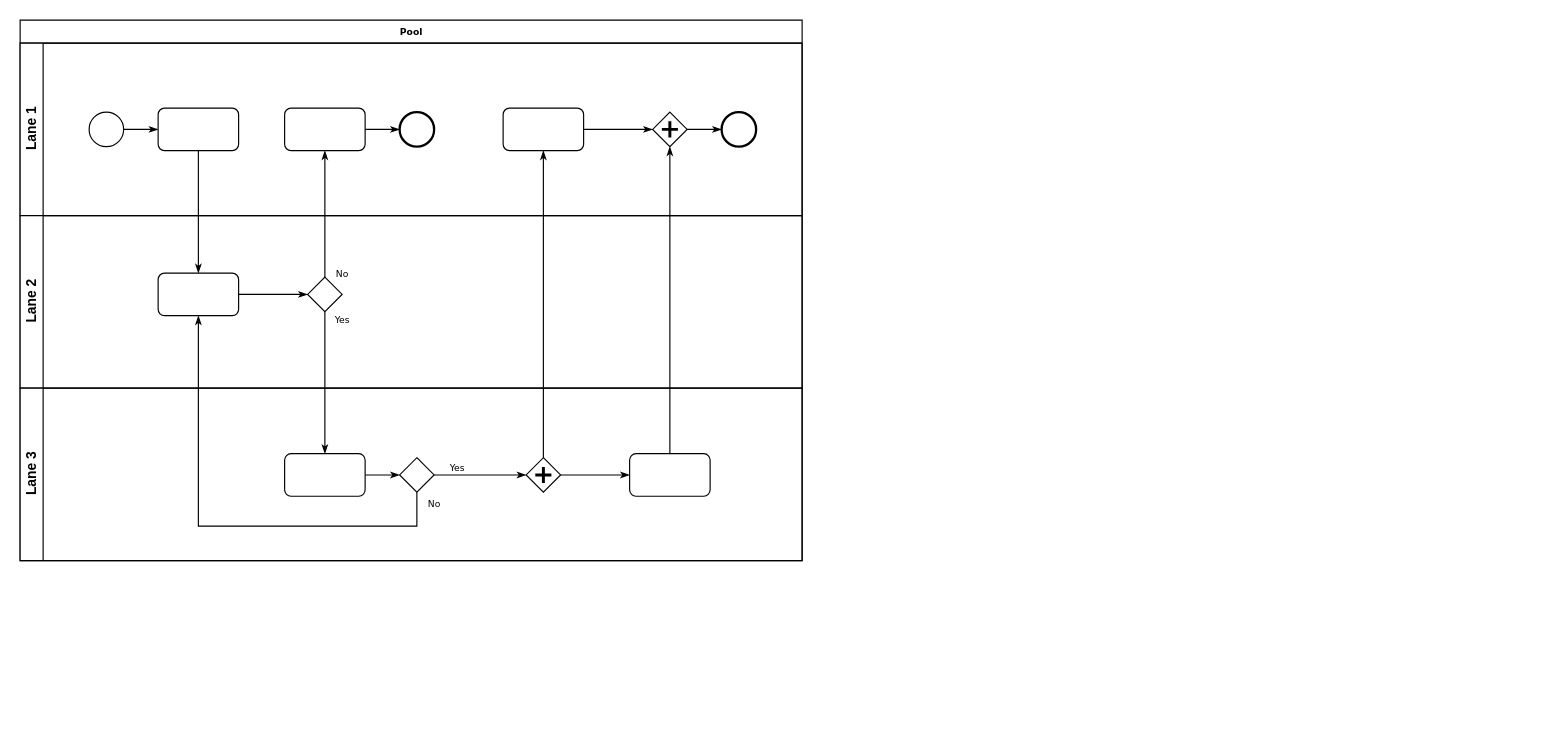
This is week1/Cross Functional Flow Diagram Shop.drawio from Darren-ODonnell/BusinessModellingDiagrams, a draw.io file, before an edit. Source tidied: cells renumbered, new cells numbered last; positions are measured from the earlier drawing's top-left corner, leaving out a move shared by most shapes. Both pictures are drawn from the tidied source at 115%, with x=0, y=0 at pixel (20, 20).
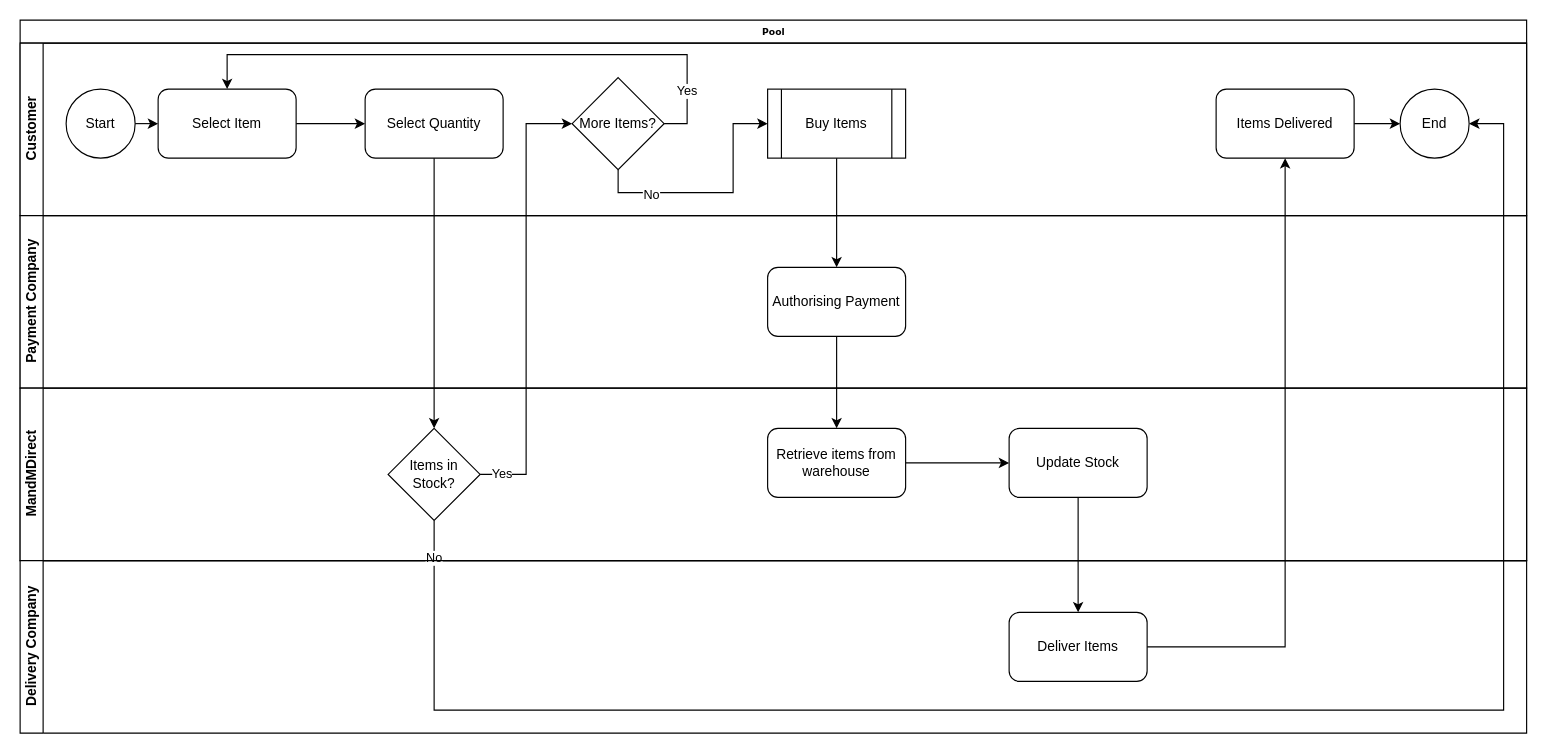
Above is the later version.

Diff of the diagram source:
```diff
@@
     <mxCell id="2" value="Pool" style="swimlane;html=1;horizontal=1;startSize=20;rounded=0;shadow=0;labelBackgroundColor=none;strokeWidth=1;fontFamily=Verdana;fontSize=8;align=center;" parent="1" vertex="1">
-      <mxGeometry width="680" height="470" as="geometry" />
+      <mxGeometry width="1310" height="470" as="geometry" />
     </mxCell>
-    <mxCell id="3" value="Lane 1" style="swimlane;html=1;startSize=20;horizontal=0;" parent="2" vertex="1">
-      <mxGeometry y="20" width="680" height="150" as="geometry" />
+    <mxCell id="3" value="Customer" style="swimlane;html=1;startSize=20;horizontal=0;" parent="2" vertex="1">
+      <mxGeometry y="20" width="1310" height="150" as="geometry" />
     </mxCell>
-    <mxCell id="4" style="edgeStyle=orthogonalEdgeStyle;rounded=0;html=1;labelBackgroundColor=none;startArrow=none;startFill=0;startSize=5;endArrow=classicThin;endFill=1;endSize=5;jettySize=auto;strokeWidth=1;fontFamily=Verdana;fontSize=8;" parent="3" edge="1" source="5" target="6">
-      <mxGeometry relative="1" as="geometry" />
-    </mxCell>
-    <mxCell id="5" style="ellipse;whiteSpace=wrap;html=1;rounded=0;shadow=0;labelBackgroundColor=none;strokeWidth=1;fontFamily=Verdana;fontSize=8;align=center;" parent="3" vertex="1">
-      <mxGeometry x="60" y="60" width="30" height="30" as="geometry" />
-    </mxCell>
-    <mxCell id="6" style="rounded=1;whiteSpace=wrap;html=1;shadow=0;labelBackgroundColor=none;strokeWidth=1;fontFamily=Verdana;fontSize=8;align=center;" parent="3" vertex="1">
-      <mxGeometry x="120" y="56.5" width="70" height="37" as="geometry" />
-    </mxCell>
-    <mxCell id="7" style="edgeStyle=orthogonalEdgeStyle;rounded=0;html=1;labelBackgroundColor=none;startArrow=none;startFill=0;startSize=5;endArrow=classicThin;endFill=1;endSize=5;jettySize=auto;strokeWidth=1;fontFamily=Verdana;fontSize=8;" parent="3" edge="1" source="8" target="9">
-      <mxGeometry relative="1" as="geometry" />
-    </mxCell>
-    <mxCell id="8" style="rounded=1;whiteSpace=wrap;html=1;shadow=0;labelBackgroundColor=none;strokeWidth=1;fontFamily=Verdana;fontSize=8;align=center;" parent="3" vertex="1">
-      <mxGeometry x="230" y="56.5" width="70" height="37" as="geometry" />
-    </mxCell>
-    <mxCell id="9" style="ellipse;whiteSpace=wrap;html=1;rounded=0;shadow=0;labelBackgroundColor=none;strokeWidth=2;fontFamily=Verdana;fontSize=8;align=center;" parent="3" vertex="1">
-      <mxGeometry x="330" y="60" width="30" height="30" as="geometry" />
-    </mxCell>
-    <mxCell id="10" style="edgeStyle=orthogonalEdgeStyle;rounded=0;html=1;entryX=0;entryY=0.5;labelBackgroundColor=none;startArrow=none;startFill=0;startSize=5;endArrow=classicThin;endFill=1;endSize=5;jettySize=auto;strokeWidth=1;fontFamily=Verdana;fontSize=8;" parent="3" edge="1" source="11" target="13">
-      <mxGeometry relative="1" as="geometry" />
-    </mxCell>
-    <mxCell id="11" style="rounded=1;whiteSpace=wrap;html=1;shadow=0;labelBackgroundColor=none;strokeWidth=1;fontFamily=Verdana;fontSize=8;align=center;" parent="3" vertex="1">
-      <mxGeometry x="420" y="56.5" width="70" height="37" as="geometry" />
-    </mxCell>
-    <mxCell id="12" style="edgeStyle=orthogonalEdgeStyle;rounded=0;html=1;labelBackgroundColor=none;startArrow=none;startFill=0;startSize=5;endArrow=classicThin;endFill=1;endSize=5;jettySize=auto;strokeWidth=1;fontFamily=Verdana;fontSize=8;" parent="3" edge="1" source="13" target="14">
-      <mxGeometry relative="1" as="geometry" />
-    </mxCell>
-    <mxCell id="13" style="shape=mxgraph.bpmn.shape;html=1;verticalLabelPosition=bottom;labelBackgroundColor=#ffffff;verticalAlign=top;perimeter=rhombusPerimeter;background=gateway;outline=none;symbol=parallelGw;rounded=1;shadow=0;strokeWidth=1;fontFamily=Verdana;fontSize=8;align=center;" parent="3" vertex="1">
-      <mxGeometry x="550" y="60" width="30" height="30" as="geometry" />
-    </mxCell>
-    <mxCell id="14" style="ellipse;whiteSpace=wrap;html=1;rounded=0;shadow=0;labelBackgroundColor=none;strokeWidth=2;fontFamily=Verdana;fontSize=8;align=center;" parent="3" vertex="1">
-      <mxGeometry x="610" y="60" width="30" height="30" as="geometry" />
-    </mxCell>
+    <mxCell id="33" style="edgeStyle=none;rounded=0;jettySize=auto;html=1;exitX=1;exitY=0.5;exitDx=0;exitDy=0;entryX=0;entryY=0.5;entryDx=0;entryDy=0;" parent="3" edge="1" source="34" target="38">
+      <mxGeometry relative="1" as="geometry" />
+    </mxCell>
+    <mxCell id="34" value="Start" style="ellipse;whiteSpace=wrap;html=1;" parent="3" vertex="1">
+      <mxGeometry x="40" y="40" width="60" height="60" as="geometry" />
+    </mxCell>
+    <mxCell id="35" value="End" style="ellipse;whiteSpace=wrap;html=1;" parent="3" vertex="1">
+      <mxGeometry x="1200" y="40" width="60" height="60" as="geometry" />
+    </mxCell>
+    <mxCell id="36" value="Buy Items" style="shape=process;whiteSpace=wrap;html=1;backgroundOutline=1;" parent="3" vertex="1">
+      <mxGeometry x="650" y="40" width="120" height="60" as="geometry" />
+    </mxCell>
+    <mxCell id="37" style="edgeStyle=none;rounded=0;jettySize=auto;html=1;exitX=1;exitY=0.5;exitDx=0;exitDy=0;" parent="3" edge="1" source="38" target="39">
+      <mxGeometry relative="1" as="geometry" />
+    </mxCell>
+    <mxCell id="38" value="Select Item" style="rounded=1;whiteSpace=wrap;html=1;" parent="3" vertex="1">
+      <mxGeometry x="120" y="40" width="120" height="60" as="geometry" />
+    </mxCell>
+    <mxCell id="39" value="Select Quantity" style="rounded=1;whiteSpace=wrap;html=1;" parent="3" vertex="1">
+      <mxGeometry x="300" y="40" width="120" height="60" as="geometry" />
+    </mxCell>
+    <mxCell id="40" style="edgeStyle=none;rounded=0;jettySize=auto;html=1;exitX=1;exitY=0.5;exitDx=0;exitDy=0;entryX=0;entryY=0.5;entryDx=0;entryDy=0;" parent="3" edge="1" source="41" target="35">
+      <mxGeometry relative="1" as="geometry" />
+    </mxCell>
+    <mxCell id="41" value="Items Delivered" style="rounded=1;whiteSpace=wrap;html=1;" parent="3" vertex="1">
+      <mxGeometry x="1040" y="40" width="120" height="60" as="geometry" />
+    </mxCell>
+    <mxCell id="42" value="Yes" style="edgeStyle=none;rounded=0;jettySize=auto;html=1;exitX=1;exitY=0.5;exitDx=0;exitDy=0;entryX=0.5;entryY=0;entryDx=0;entryDy=0;" parent="3" edge="1" source="44" target="38">
+      <mxGeometry x="-0.81" relative="1" as="geometry">
+        <Array as="points">
+          <mxPoint x="580" y="70" />
+          <mxPoint x="580" y="10" />
+          <mxPoint x="180" y="10" />
+        </Array>
+      </mxGeometry>
+    </mxCell>
+    <mxCell id="43" value="No" style="edgeStyle=none;rounded=0;jettySize=auto;html=1;exitX=0.5;exitY=1;exitDx=0;exitDy=0;entryX=0;entryY=0.5;entryDx=0;entryDy=0;" parent="3" edge="1" source="44" target="36">
+      <mxGeometry x="-0.53" y="-2" relative="1" as="geometry">
+        <Array as="points">
+          <mxPoint x="520" y="130" />
+          <mxPoint x="620" y="130" />
+          <mxPoint x="620" y="70" />
+        </Array>
+      </mxGeometry>
+    </mxCell>
+    <mxCell id="44" value="More Items?" style="rhombus;whiteSpace=wrap;html=1;" parent="3" vertex="1">
+      <mxGeometry x="480" y="30" width="80" height="80" as="geometry" />
+    </mxCell>
+    <mxCell id="19" value="Payment Company" style="swimlane;html=1;startSize=20;horizontal=0;" parent="2" vertex="1">
+      <mxGeometry y="170" width="1310" height="150" as="geometry" />
+    </mxCell>
+    <mxCell id="45" value="Authorising Payment" style="rounded=1;whiteSpace=wrap;html=1;" parent="19" vertex="1">
+      <mxGeometry x="650" y="45" width="120" height="60" as="geometry" />
+    </mxCell>
-    <mxCell id="15" value="Lane 2" style="swimlane;html=1;startSize=20;horizontal=0;" parent="2" vertex="1">
-      <mxGeometry y="170" width="680" height="150" as="geometry" />
+    <mxCell id="15" value="MandMDirect" style="swimlane;html=1;startSize=20;horizontal=0;" parent="2" vertex="1">
+      <mxGeometry y="320" width="1310" height="150" as="geometry" />
     </mxCell>
-    <mxCell id="16" style="edgeStyle=orthogonalEdgeStyle;rounded=0;html=1;labelBackgroundColor=none;startArrow=none;startFill=0;startSize=5;endArrow=classicThin;endFill=1;endSize=5;jettySize=auto;strokeWidth=1;fontFamily=Verdana;fontSize=8;" parent="15" edge="1" source="17" target="18">
-      <mxGeometry relative="1" as="geometry" />
-    </mxCell>
-    <mxCell id="17" style="rounded=1;whiteSpace=wrap;html=1;shadow=0;labelBackgroundColor=none;strokeWidth=1;fontFamily=Verdana;fontSize=8;align=center;" parent="15" vertex="1">
-      <mxGeometry x="120" y="50" width="70" height="37" as="geometry" />
-    </mxCell>
-    <mxCell id="18" style="strokeWidth=1;html=1;shape=mxgraph.flowchart.decision;whiteSpace=wrap;rounded=1;shadow=0;labelBackgroundColor=none;fontFamily=Verdana;fontSize=8;align=center;" parent="15" vertex="1">
-      <mxGeometry x="250" y="53.5" width="30" height="30" as="geometry" />
-    </mxCell>
-    <mxCell id="19" value="Lane 3" style="swimlane;html=1;startSize=20;horizontal=0;" parent="2" vertex="1">
-      <mxGeometry y="320" width="680" height="150" as="geometry" />
-    </mxCell>
-    <mxCell id="20" style="edgeStyle=orthogonalEdgeStyle;rounded=0;html=1;labelBackgroundColor=none;startArrow=none;startFill=0;startSize=5;endArrow=classicThin;endFill=1;endSize=5;jettySize=auto;strokeWidth=1;fontFamily=Verdana;fontSize=8;" parent="19" edge="1" source="21" target="23">
-      <mxGeometry relative="1" as="geometry" />
-    </mxCell>
-    <mxCell id="21" style="rounded=1;whiteSpace=wrap;html=1;shadow=0;labelBackgroundColor=none;strokeWidth=1;fontFamily=Verdana;fontSize=8;align=center;" parent="19" vertex="1">
-      <mxGeometry x="230" y="57" width="70" height="37" as="geometry" />
-    </mxCell>
-    <mxCell id="22" value="Yes" style="edgeStyle=orthogonalEdgeStyle;rounded=0;html=1;entryX=0;entryY=0.5;labelBackgroundColor=none;startArrow=none;startFill=0;startSize=5;endArrow=classicThin;endFill=1;endSize=5;jettySize=auto;strokeWidth=1;fontFamily=Verdana;fontSize=8;" parent="19" edge="1" source="23" target="25">
-      <mxGeometry x="-0.5" y="6" relative="1" as="geometry" />
-    </mxCell>
-    <mxCell id="23" style="strokeWidth=1;html=1;shape=mxgraph.flowchart.decision;whiteSpace=wrap;rounded=1;shadow=0;labelBackgroundColor=none;fontFamily=Verdana;fontSize=8;align=center;" parent="19" vertex="1">
-      <mxGeometry x="330" y="60.5" width="30" height="30" as="geometry" />
-    </mxCell>
-    <mxCell id="24" style="edgeStyle=orthogonalEdgeStyle;rounded=0;html=1;labelBackgroundColor=none;startArrow=none;startFill=0;startSize=5;endArrow=classicThin;endFill=1;endSize=5;jettySize=auto;strokeColor=#000000;strokeWidth=1;fontFamily=Verdana;fontSize=8;fontColor=#000000;" parent="19" edge="1" source="25" target="26">
-      <mxGeometry relative="1" as="geometry" />
-    </mxCell>
-    <mxCell id="25" style="shape=mxgraph.bpmn.shape;html=1;verticalLabelPosition=bottom;labelBackgroundColor=#ffffff;verticalAlign=top;perimeter=rhombusPerimeter;background=gateway;outline=none;symbol=parallelGw;rounded=1;shadow=0;strokeWidth=1;fontFamily=Verdana;fontSize=8;align=center;" parent="19" vertex="1">
-      <mxGeometry x="440" y="60.5" width="30" height="30" as="geometry" />
-    </mxCell>
-    <mxCell id="26" style="rounded=1;whiteSpace=wrap;html=1;shadow=0;labelBackgroundColor=none;strokeWidth=1;fontFamily=Verdana;fontSize=8;align=center;" parent="19" vertex="1">
-      <mxGeometry x="530" y="57" width="70" height="37" as="geometry" />
-    </mxCell>
-    <mxCell id="27" style="edgeStyle=orthogonalEdgeStyle;rounded=0;html=1;labelBackgroundColor=none;startArrow=none;startFill=0;startSize=5;endArrow=classicThin;endFill=1;endSize=5;jettySize=auto;strokeWidth=1;fontFamily=Verdana;fontSize=8;" parent="2" edge="1" source="6" target="17">
-      <mxGeometry relative="1" as="geometry" />
-    </mxCell>
-    <mxCell id="28" value="No" style="edgeStyle=orthogonalEdgeStyle;rounded=0;html=1;labelBackgroundColor=none;startArrow=none;startFill=0;startSize=5;endArrow=classicThin;endFill=1;endSize=5;jettySize=auto;strokeWidth=1;fontFamily=Verdana;fontSize=8;" parent="2" edge="1" source="18" target="8">
-      <mxGeometry x="-0.94" y="-15" relative="1" as="geometry" />
-    </mxCell>
-    <mxCell id="29" value="Yes" style="edgeStyle=orthogonalEdgeStyle;rounded=0;html=1;labelBackgroundColor=none;startArrow=none;startFill=0;startSize=5;endArrow=classicThin;endFill=1;endSize=5;jettySize=auto;strokeWidth=1;fontFamily=Verdana;fontSize=8;" parent="2" edge="1" source="18" target="21">
-      <mxGeometry x="-0.89" y="15" relative="1" as="geometry" />
-    </mxCell>
-    <mxCell id="30" style="edgeStyle=orthogonalEdgeStyle;rounded=0;html=1;entryX=0.5;entryY=1;labelBackgroundColor=none;startArrow=none;startFill=0;startSize=5;endArrow=classicThin;endFill=1;endSize=5;jettySize=auto;strokeWidth=1;fontFamily=Verdana;fontSize=8;" parent="2" edge="1" source="26" target="13">
-      <mxGeometry relative="1" as="geometry" />
-    </mxCell>
-    <mxCell id="31" value="No" style="edgeStyle=orthogonalEdgeStyle;rounded=0;html=1;labelBackgroundColor=none;startArrow=none;startFill=0;startSize=5;endArrow=classicThin;endFill=1;endSize=5;jettySize=auto;strokeWidth=1;fontFamily=Verdana;fontSize=8;" parent="2" edge="1" source="23" target="17">
-      <mxGeometry x="-0.95" y="15" relative="1" as="geometry">
-        <Array as="points">
-          <mxPoint x="345" y="440" />
-          <mxPoint x="155" y="440" />
-        </Array>
-      </mxGeometry>
-    </mxCell>
-    <mxCell id="32" style="edgeStyle=orthogonalEdgeStyle;rounded=0;html=1;labelBackgroundColor=none;startArrow=none;startFill=0;startSize=5;endArrow=classicThin;endFill=1;endSize=5;jettySize=auto;strokeWidth=1;fontFamily=Verdana;fontSize=8;" parent="2" edge="1" source="25" target="11">
-      <mxGeometry relative="1" as="geometry" />
-    </mxCell>
+    <mxCell id="46" style="edgeStyle=none;rounded=0;jettySize=auto;html=1;exitX=1;exitY=0.5;exitDx=0;exitDy=0;entryX=0;entryY=0.5;entryDx=0;entryDy=0;" parent="15" edge="1" source="47" target="48">
+      <mxGeometry relative="1" as="geometry" />
+    </mxCell>
+    <mxCell id="47" value="Retrieve items from warehouse" style="rounded=1;whiteSpace=wrap;html=1;" parent="15" vertex="1">
+      <mxGeometry x="650" y="35" width="120" height="60" as="geometry" />
+    </mxCell>
+    <mxCell id="48" value="Update Stock" style="rounded=1;whiteSpace=wrap;html=1;" parent="15" vertex="1">
+      <mxGeometry x="860" y="35" width="120" height="60" as="geometry" />
+    </mxCell>
+    <mxCell id="49" value="Items in Stock?" style="rhombus;whiteSpace=wrap;html=1;" parent="15" vertex="1">
+      <mxGeometry x="320" y="35" width="80" height="80" as="geometry" />
+    </mxCell>
+    <mxCell id="50" style="edgeStyle=none;rounded=0;jettySize=auto;html=1;exitX=0.5;exitY=1;exitDx=0;exitDy=0;entryX=0.5;entryY=0;entryDx=0;entryDy=0;" parent="2" edge="1" source="45" target="47">
+      <mxGeometry relative="1" as="geometry" />
+    </mxCell>
+    <mxCell id="51" value="No" style="edgeStyle=none;rounded=0;jettySize=auto;html=1;exitX=0.5;exitY=1;exitDx=0;exitDy=0;entryX=1;entryY=0.5;entryDx=0;entryDy=0;" parent="2" edge="1" source="49" target="35">
+      <mxGeometry x="-0.96" relative="1" as="geometry">
+        <Array as="points">
+          <mxPoint x="360" y="600" />
+          <mxPoint x="1290" y="600" />
+          <mxPoint x="1290" y="90" />
+        </Array>
+      </mxGeometry>
+    </mxCell>
+    <mxCell id="52" style="edgeStyle=none;rounded=0;jettySize=auto;html=1;exitX=0.5;exitY=1;exitDx=0;exitDy=0;entryX=0.5;entryY=0;entryDx=0;entryDy=0;" parent="2" edge="1" source="39" target="49">
+      <mxGeometry relative="1" as="geometry" />
+    </mxCell>
+    <mxCell id="53" style="edgeStyle=none;rounded=0;jettySize=auto;html=1;exitX=0.5;exitY=1;exitDx=0;exitDy=0;entryX=0.5;entryY=0;entryDx=0;entryDy=0;" parent="2" edge="1" source="36" target="45">
+      <mxGeometry relative="1" as="geometry" />
+    </mxCell>
+    <mxCell id="54" value="Yes" style="edgeStyle=none;rounded=0;jettySize=auto;html=1;exitX=1;exitY=0.5;exitDx=0;exitDy=0;" parent="2" edge="1" source="49">
+      <mxGeometry x="-0.9" relative="1" as="geometry">
+        <mxPoint x="480" y="90" as="targetPoint" />
+        <Array as="points">
+          <mxPoint x="440" y="395" />
+          <mxPoint x="440" y="90" />
+        </Array>
+      </mxGeometry>
+    </mxCell>
+    <mxCell id="55" value="Delivery Company" style="swimlane;html=1;startSize=20;horizontal=0;" parent="1" vertex="1">
+      <mxGeometry y="470" width="1310" height="150" as="geometry" />
+    </mxCell>
+    <mxCell id="56" value="Deliver Items" style="rounded=1;whiteSpace=wrap;html=1;" parent="55" vertex="1">
+      <mxGeometry x="860" y="45" width="120" height="60" as="geometry" />
+    </mxCell>
+    <mxCell id="57" style="edgeStyle=none;rounded=0;jettySize=auto;html=1;exitX=0.5;exitY=1;exitDx=0;exitDy=0;entryX=0.5;entryY=0;entryDx=0;entryDy=0;" parent="1" edge="1" source="48" target="56">
+      <mxGeometry relative="1" as="geometry" />
+    </mxCell>
+    <mxCell id="58" style="edgeStyle=none;rounded=0;jettySize=auto;html=1;exitX=1;exitY=0.5;exitDx=0;exitDy=0;" parent="1" edge="1" source="56" target="41">
+      <mxGeometry relative="1" as="geometry">
+        <Array as="points">
+          <mxPoint x="1100" y="545" />
+        </Array>
+      </mxGeometry>
+    </mxCell>
```
